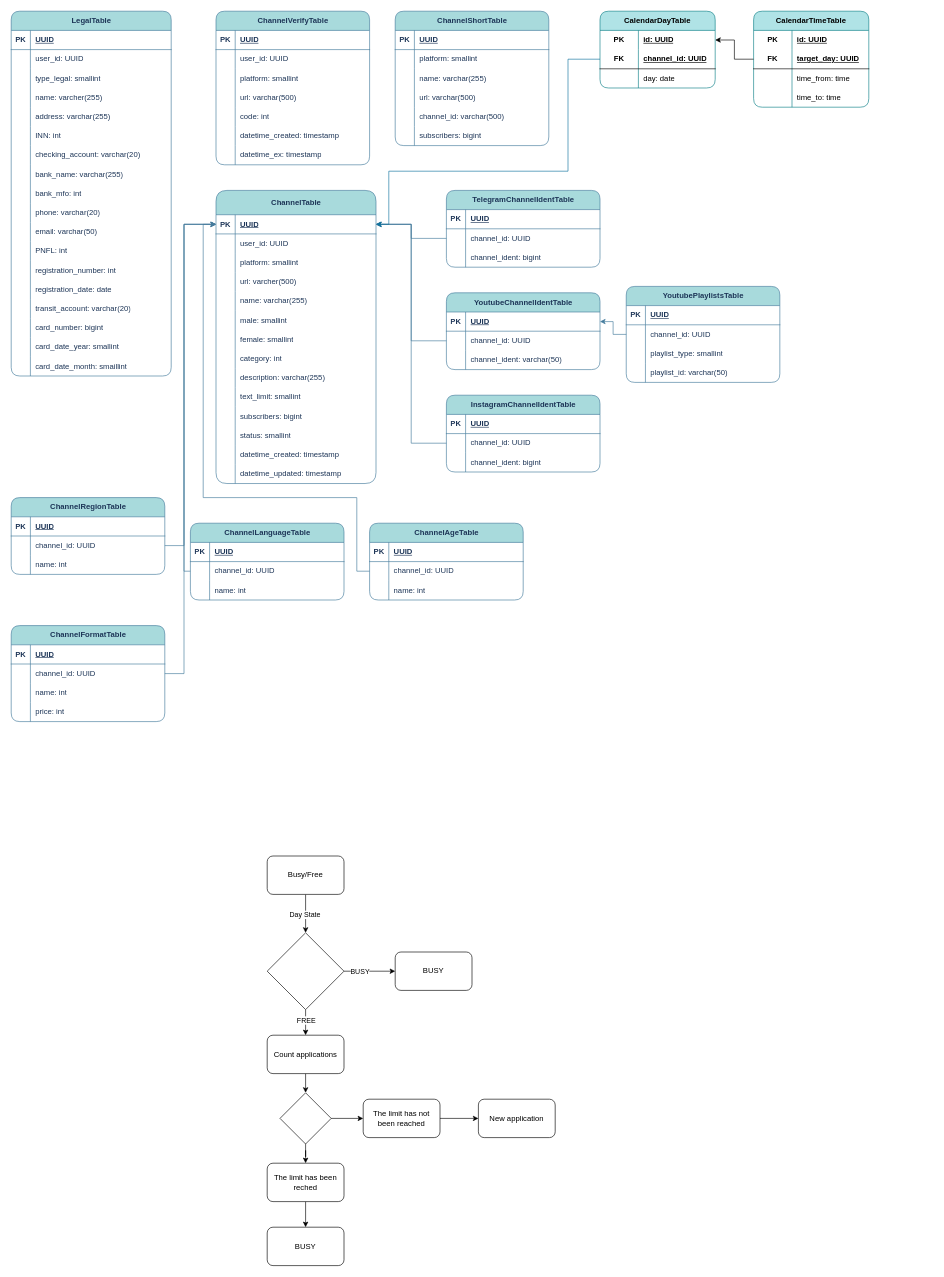
The draw.io diagram page "channel_database" (6 of 8) of Advertiser-Blogger.drawio in KmvRoman/Diagrams, before the edit. Source tidied: cells renumbered, new cells numbered last; positions are measured from the earlier drawing's top-left corner, leaving out a move shared by most shapes. Both pictures are drawn from the tidied source at 64%, with x=0, y=0 at pixel (11, 11).
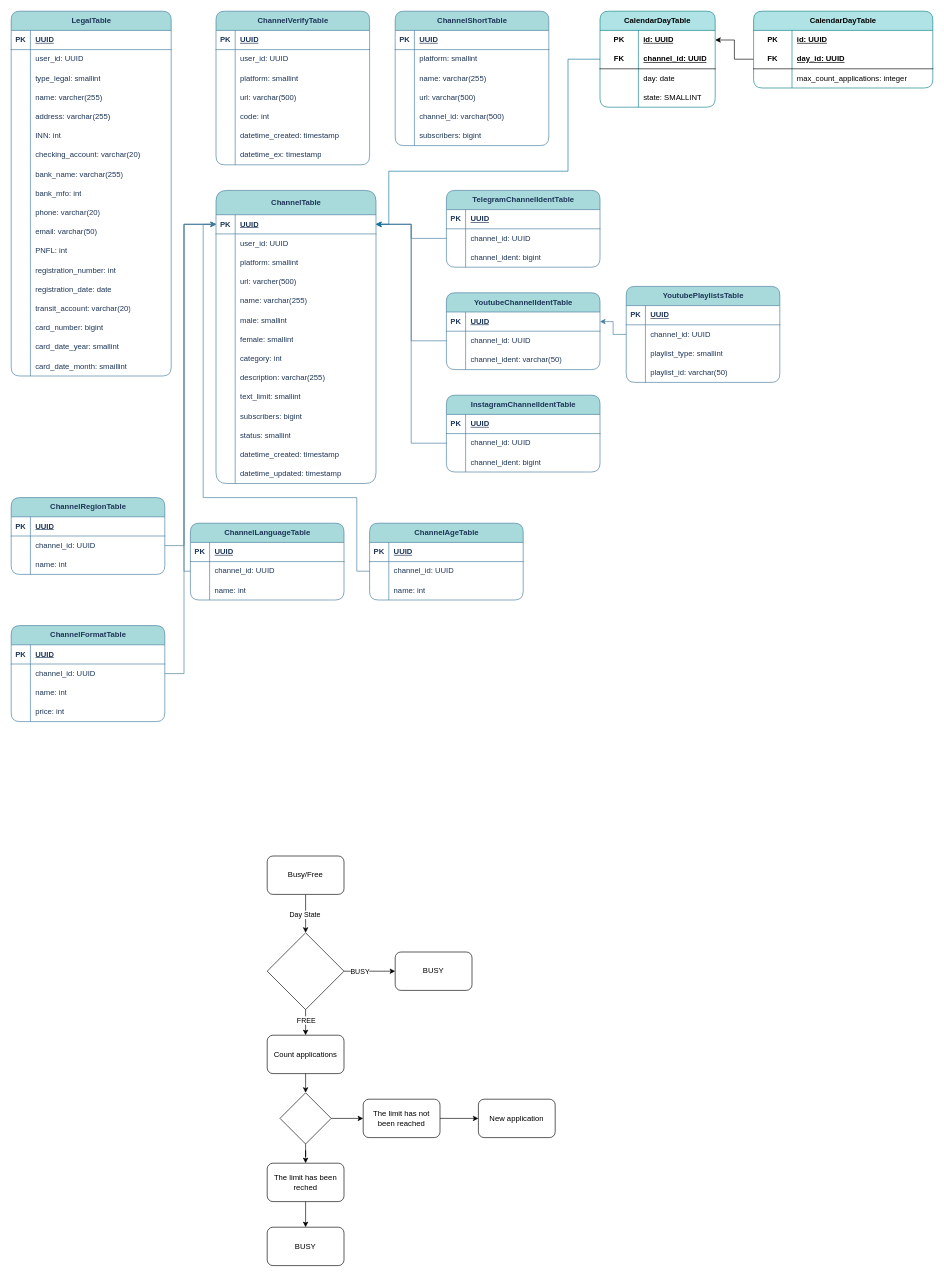
After the change.

Unchanged cells that the change refers to:
```xml
<mxCell id="236" style="shape=tableRow;horizontal=0;startSize=0;swimlaneHead=0;swimlaneBody=0;fillColor=none;points=[[0,0.5],[1,0.5]];portConstraint=eastwest;top=0;left=0;right=0;bottom=0;html=1;" parent="235" vertex="1">
  <mxGeometry y="30" width="180" height="30" as="geometry" />
</mxCell>
```

Change to the diagram source:
```diff
@@
     <mxCell id="235" value="CalendarDayTable" style="shape=table;startSize=30;childLayout=tableLayout;rowLines=0;fontStyle=1;align=center;html=1;whiteSpace=wrap;fillColor=#b0e3e6;strokeColor=#0e8088;rounded=1;" parent="1" vertex="1">
-      <mxGeometry x="920" width="180" height="120" as="geometry" />
+      <mxGeometry x="920" width="180" height="150" as="geometry" />
     </mxCell>
@@
+    <mxCell id="256" style="shape=tableRow;horizontal=0;startSize=0;swimlaneHead=0;swimlaneBody=0;fillColor=none;top=0;left=0;right=0;bottom=0;html=1;" parent="235" vertex="1">
+      <mxGeometry y="120" width="180" height="30" as="geometry" />
+    </mxCell>
+    <mxCell id="280" style="shape=partialRectangle;fillColor=none;top=0;left=0;bottom=0;right=0;overflow=hidden;html=1;whiteSpace=wrap;" parent="256" vertex="1">
+      <mxGeometry width="60" height="30" as="geometry" />
+    </mxCell>
+    <mxCell id="281" value="state: SMALLINT" style="shape=partialRectangle;fillColor=none;top=0;left=0;bottom=0;right=0;align=left;spacingLeft=6;overflow=hidden;html=1;whiteSpace=wrap;" parent="256" vertex="1">
+      <mxGeometry x="60" width="120" height="30" as="geometry" />
+    </mxCell>
@@
-    <mxCell id="246" value="CalendarTimeTable" style="shape=table;startSize=30;childLayout=tableLayout;rowLines=0;fontStyle=1;align=center;html=1;whiteSpace=wrap;fillColor=#b0e3e6;strokeColor=#0e8088;rounded=1;" parent="1" vertex="1">
-      <mxGeometry x="1160" width="180" height="150" as="geometry" />
-    </mxCell>
-    <mxCell id="247" style="shape=tableRow;horizontal=0;startSize=0;swimlaneHead=0;swimlaneBody=0;fillColor=none;top=0;left=0;right=0;bottom=0;html=1;" parent="246" vertex="1">
-      <mxGeometry y="30" width="180" height="30" as="geometry" />
-    </mxCell>
-    <mxCell id="248" value="PK" style="shape=partialRectangle;fillColor=none;top=0;left=0;bottom=0;right=0;fontStyle=1;overflow=hidden;html=1;whiteSpace=wrap;" parent="247" vertex="1">
-      <mxGeometry width="60" height="30" as="geometry" />
-    </mxCell>
-    <mxCell id="249" value="id: UUID" style="shape=partialRectangle;fillColor=none;top=0;left=0;bottom=0;right=0;align=left;spacingLeft=6;fontStyle=5;overflow=hidden;html=1;whiteSpace=wrap;" parent="247" vertex="1">
-      <mxGeometry x="60" width="120" height="30" as="geometry" />
-    </mxCell>
-    <mxCell id="250" style="shape=tableRow;horizontal=0;startSize=0;swimlaneHead=0;swimlaneBody=0;fillColor=none;points=[[0,0.5],[1,0.5]];portConstraint=eastwest;top=0;left=0;right=0;bottom=1;html=1;" parent="246" vertex="1">
-      <mxGeometry y="60" width="180" height="30" as="geometry" />
-    </mxCell>
-    <mxCell id="251" value="FK" style="shape=partialRectangle;fillColor=none;top=0;left=0;bottom=0;right=0;fontStyle=1;overflow=hidden;html=1;whiteSpace=wrap;" parent="250" vertex="1">
-      <mxGeometry width="60" height="30" as="geometry" />
-    </mxCell>
-    <mxCell id="252" value="target_day: UUID" style="shape=partialRectangle;fillColor=none;top=0;left=0;bottom=0;right=0;align=left;spacingLeft=6;fontStyle=5;overflow=hidden;html=1;whiteSpace=wrap;" parent="250" vertex="1">
-      <mxGeometry x="60" width="120" height="30" as="geometry" />
-    </mxCell>
-    <mxCell id="253" style="shape=tableRow;horizontal=0;startSize=0;swimlaneHead=0;swimlaneBody=0;fillColor=none;top=0;left=0;right=0;bottom=0;html=1;" parent="246" vertex="1">
-      <mxGeometry y="90" width="180" height="30" as="geometry" />
-    </mxCell>
-    <mxCell id="254" style="shape=partialRectangle;fillColor=none;top=0;left=0;bottom=0;right=0;overflow=hidden;html=1;whiteSpace=wrap;" parent="253" vertex="1">
-      <mxGeometry width="60" height="30" as="geometry" />
-    </mxCell>
-    <mxCell id="255" value="time_from: time" style="shape=partialRectangle;fillColor=none;top=0;left=0;bottom=0;right=0;align=left;spacingLeft=6;overflow=hidden;html=1;whiteSpace=wrap;" parent="253" vertex="1">
-      <mxGeometry x="60" width="120" height="30" as="geometry" />
-    </mxCell>
-    <mxCell id="256" style="shape=tableRow;horizontal=0;startSize=0;swimlaneHead=0;swimlaneBody=0;fillColor=none;top=0;left=0;right=0;bottom=0;html=1;" parent="246" vertex="1">
-      <mxGeometry y="120" width="180" height="30" as="geometry" />
-    </mxCell>
-    <mxCell id="257" style="shape=partialRectangle;fillColor=none;top=0;left=0;bottom=0;right=0;overflow=hidden;html=1;whiteSpace=wrap;" parent="256" vertex="1">
-      <mxGeometry width="60" height="30" as="geometry" />
-    </mxCell>
-    <mxCell id="258" value="time_to: time" style="shape=partialRectangle;fillColor=none;top=0;left=0;bottom=0;right=0;align=left;spacingLeft=6;overflow=hidden;html=1;whiteSpace=wrap;" parent="256" vertex="1">
-      <mxGeometry x="60" width="120" height="30" as="geometry" />
-    </mxCell>
-    <mxCell id="259" style="edgeStyle=orthogonalEdgeStyle;rounded=0;jettySize=auto;html=1;entryX=1;entryY=0.5;entryDx=0;entryDy=0;exitX=0;exitY=0.5;exitDx=0;exitDy=0;" parent="1" edge="1" source="250" target="236">
-      <mxGeometry relative="1" as="geometry" />
-    </mxCell>
@@
+    <mxCell id="282" style="edgeStyle=orthogonalEdgeStyle;rounded=0;jettySize=auto;html=1;entryX=1;entryY=0.5;entryDx=0;entryDy=0;exitX=0;exitY=0.5;exitDx=0;exitDy=0;" parent="1" edge="1" source="285" target="236">
+      <mxGeometry relative="1" as="geometry" />
+    </mxCell>
+    <mxCell id="283" value="CalendarDayTable" style="shape=table;startSize=30;childLayout=tableLayout;rowLines=0;fontStyle=1;align=center;html=1;whiteSpace=wrap;fillColor=#b0e3e6;strokeColor=#0e8088;rounded=1;" parent="1" vertex="1">
+      <mxGeometry x="1160" width="280" height="120" as="geometry" />
+    </mxCell>
+    <mxCell id="284" style="shape=tableRow;horizontal=0;startSize=0;swimlaneHead=0;swimlaneBody=0;fillColor=none;top=0;left=0;right=0;bottom=0;html=1;" parent="283" vertex="1">
+      <mxGeometry y="30" width="280" height="30" as="geometry" />
+    </mxCell>
+    <mxCell id="248" value="PK" style="shape=partialRectangle;fillColor=none;top=0;left=0;bottom=0;right=0;fontStyle=1;overflow=hidden;html=1;whiteSpace=wrap;" parent="284" vertex="1">
+      <mxGeometry width="60" height="30" as="geometry" />
+    </mxCell>
+    <mxCell id="249" value="id: UUID" style="shape=partialRectangle;fillColor=none;top=0;left=0;bottom=0;right=0;align=left;spacingLeft=6;fontStyle=5;overflow=hidden;html=1;whiteSpace=wrap;" parent="284" vertex="1">
+      <mxGeometry x="60" width="220" height="30" as="geometry" />
+    </mxCell>
+    <mxCell id="285" style="shape=tableRow;horizontal=0;startSize=0;swimlaneHead=0;swimlaneBody=0;fillColor=none;points=[[0,0.5],[1,0.5]];portConstraint=eastwest;top=0;left=0;right=0;bottom=1;html=1;" parent="283" vertex="1">
+      <mxGeometry y="60" width="280" height="30" as="geometry" />
+    </mxCell>
+    <mxCell id="251" value="FK" style="shape=partialRectangle;fillColor=none;top=0;left=0;bottom=0;right=0;fontStyle=1;overflow=hidden;html=1;whiteSpace=wrap;" parent="285" vertex="1">
+      <mxGeometry width="60" height="30" as="geometry" />
+    </mxCell>
+    <mxCell id="286" value="day_id: UUID" style="shape=partialRectangle;fillColor=none;top=0;left=0;bottom=0;right=0;align=left;spacingLeft=6;fontStyle=5;overflow=hidden;html=1;whiteSpace=wrap;" parent="285" vertex="1">
+      <mxGeometry x="60" width="220" height="30" as="geometry" />
+    </mxCell>
+    <mxCell id="287" style="shape=tableRow;horizontal=0;startSize=0;swimlaneHead=0;swimlaneBody=0;fillColor=none;top=0;left=0;right=0;bottom=0;html=1;" parent="283" vertex="1">
+      <mxGeometry y="90" width="280" height="30" as="geometry" />
+    </mxCell>
+    <mxCell id="288" style="shape=partialRectangle;fillColor=none;top=0;left=0;bottom=0;right=0;overflow=hidden;html=1;whiteSpace=wrap;" parent="287" vertex="1">
+      <mxGeometry width="60" height="30" as="geometry" />
+    </mxCell>
+    <mxCell id="289" value="max_count_applications: integer" style="shape=partialRectangle;fillColor=none;top=0;left=0;bottom=0;right=0;align=left;spacingLeft=6;overflow=hidden;html=1;whiteSpace=wrap;" parent="287" vertex="1">
+      <mxGeometry x="60" width="220" height="30" as="geometry" />
+    </mxCell>
```
